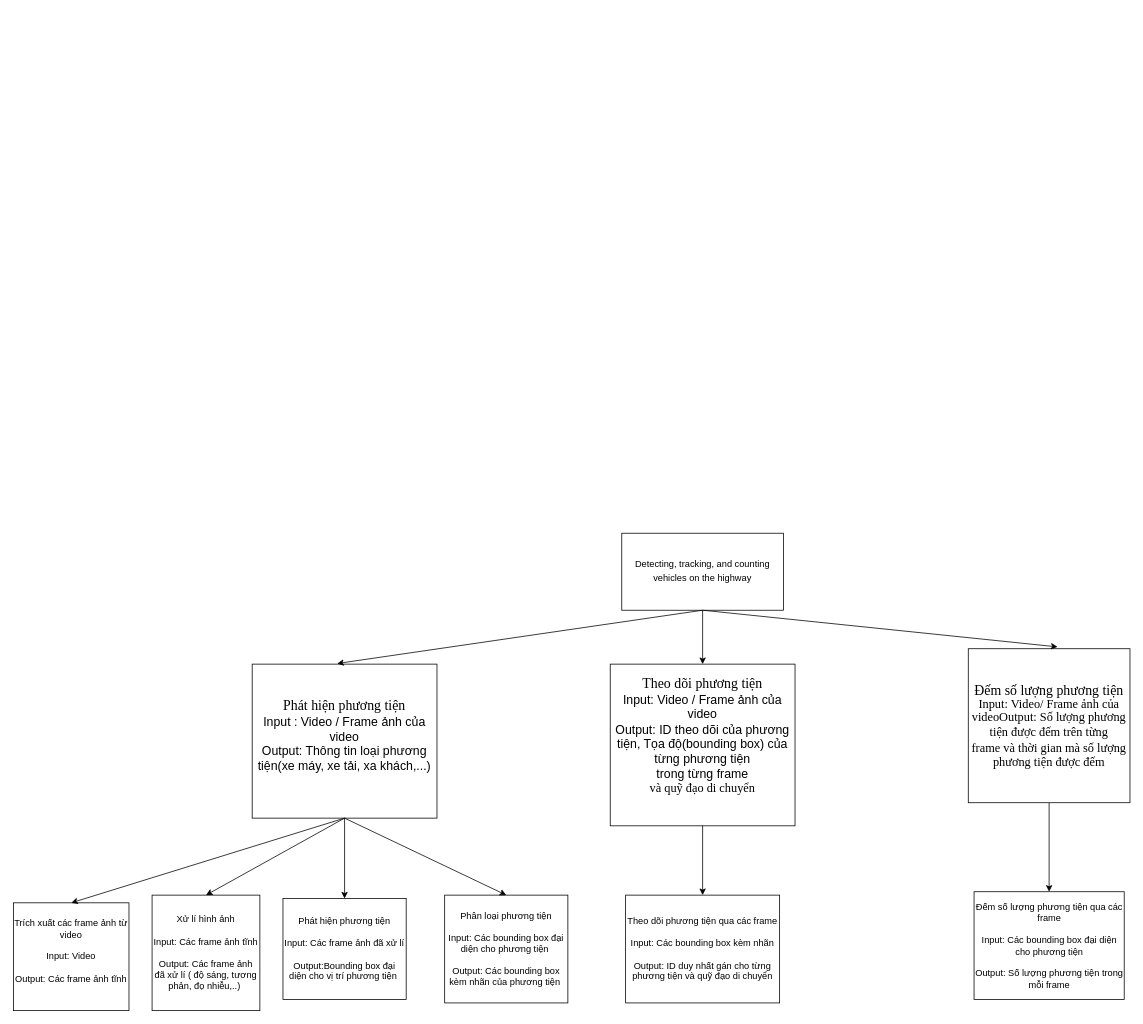
Above: Biểu đồ không có tiêu đề.drawio in Hai-Dao2004/Hai (draw.io), before the change. Source tidied: cells renumbered, new cells numbered last; positions are measured from the earlier drawing's top-left corner, leaving out a move shared by most shapes. Both pictures are drawn from the tidied source at 77%, with x=0, y=0 at pixel (13, 533).
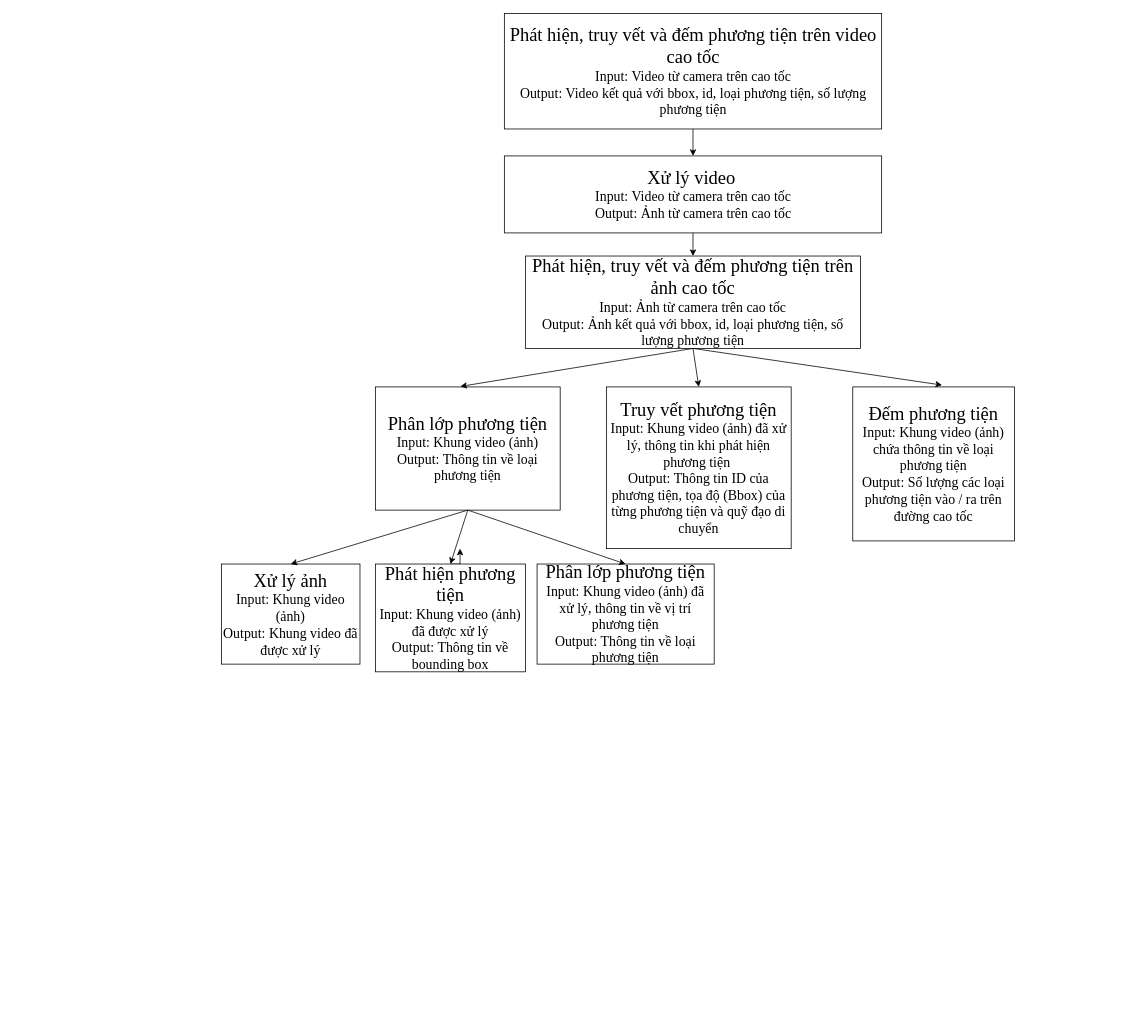
The same diagram, later.

Commit message:
Cập nhật Biểu đồ không có tiêu đề.drawio

Diff of the diagram source:
```diff
@@
-    <mxCell id="2" value="&lt;div&gt;Detecting, tracking, and counting vehicles on the highway&lt;font face=&quot;Times New Roman&quot;&gt;&lt;span style=&quot;font-size: 18px;&quot;&gt;&lt;br&gt;&lt;/span&gt;&lt;/font&gt;&lt;/div&gt;" style="rounded=0;whiteSpace=wrap;html=1;" parent="1" vertex="1">
-      <mxGeometry x="790" width="210" height="100" as="geometry" />
+    <mxCell id="2" value="&lt;div&gt;&lt;font style=&quot;&quot; face=&quot;Times New Roman&quot;&gt;&lt;font style=&quot;font-size: 24px;&quot;&gt;Phát hiện, truy vết và đếm phương tiện trên ảnh cao tốc&lt;/font&gt;&lt;br&gt;&lt;span style=&quot;font-size: 18px;&quot;&gt;Input: Ảnh từ camera trên cao tốc&lt;/span&gt;&lt;br&gt;&lt;span style=&quot;font-size: 18px;&quot;&gt;Output: Ảnh kết quả với bbox, id, loại phương tiện, số lượng phương tiện&lt;/span&gt;&lt;/font&gt;&lt;/div&gt;" style="rounded=0;whiteSpace=wrap;html=1;" parent="1" vertex="1">
+      <mxGeometry x="665" y="-360" width="435" height="120" as="geometry" />
     </mxCell>
-    <mxCell id="3" value="&lt;font face=&quot;Times New Roman&quot; style=&quot;font-size: 18px;&quot;&gt;Theo dõi phương tiện&lt;/font&gt;&lt;div&gt;&lt;font size=&quot;3&quot; face=&quot;RyFkc46oZx27o2wCRMn2&quot;&gt;Input: Video / Frame ảnh của video&lt;br&gt;Output:&amp;nbsp;&lt;span style=&quot;background-color: initial;&quot;&gt;ID theo dõi của phương tiện, Tọa độ(bounding box) của từng phương tiện&lt;br&gt;trong từng frame&lt;/span&gt;&lt;/font&gt;&lt;/div&gt;&lt;div&gt;&lt;span style=&quot;font-family: &amp;quot;Times New Roman&amp;quot;, serif; background-color: initial;&quot;&gt;&lt;font size=&quot;3&quot;&gt;và quỹ đạo di chuyển&lt;/font&gt;&lt;/span&gt;&lt;/div&gt;&lt;div&gt;&lt;span style=&quot;font-family: &amp;quot;Times New Roman&amp;quot;, serif; font-size: 15pt; background-color: initial;&quot;&gt;&lt;br&gt;&lt;/span&gt;&lt;/div&gt;" style="rounded=0;whiteSpace=wrap;html=1;" parent="1" vertex="1">
-      <mxGeometry x="775" y="170" width="240" height="210" as="geometry" />
+    <mxCell id="3" value="&lt;span style=&quot;background-color: initial;&quot;&gt;&lt;font style=&quot;&quot; face=&quot;Times New Roman&quot;&gt;&lt;font style=&quot;font-size: 24px;&quot;&gt;Truy vết phương tiện&lt;/font&gt;&lt;br&gt;&lt;span style=&quot;font-size: 18px;&quot;&gt;Input: Khung video (ảnh) đã xử lý, thông tin khi phát hiện phương tiện&amp;nbsp;&lt;/span&gt;&lt;br&gt;&lt;span style=&quot;font-size: 18px;&quot;&gt;Output: Thông tin ID của phương tiện, tọa độ (Bbox) của từng phương tiện và quỹ đạo di chuyển&lt;/span&gt;&lt;/font&gt;&lt;/span&gt;" style="rounded=0;whiteSpace=wrap;html=1;" parent="1" vertex="1">
+      <mxGeometry x="770" y="-190" width="240" height="210" as="geometry" />
     </mxCell>
-    <mxCell id="4" value="&lt;div&gt;&lt;font face=&quot;Times New Roman&quot; style=&quot;font-size: 18px;&quot;&gt;Phát hiện phương tiện&lt;/font&gt;&lt;/div&gt;&lt;div&gt;&lt;font size=&quot;3&quot; face=&quot;QndYAkQ0IjWjSOeuY6dr&quot;&gt;Input : Video / Frame ảnh của video&lt;br&gt;Output: Thông tin loại phương tiện(xe máy, xe tải, xa khách,...)&lt;/font&gt;&lt;/div&gt;&lt;div&gt;&lt;br&gt;&lt;/div&gt;" style="rounded=0;whiteSpace=wrap;html=1;" parent="1" vertex="1">
-      <mxGeometry x="310" y="170" width="240" height="200" as="geometry" />
+    <mxCell id="4" value="&lt;div&gt;&lt;font face=&quot;Times New Roman&quot;&gt;&lt;font style=&quot;font-size: 24px;&quot;&gt;Phân lớp phương tiện&lt;/font&gt;&lt;br&gt;&lt;span style=&quot;font-size: 18px;&quot;&gt;Input: Khung video (ảnh)&lt;/span&gt;&lt;br&gt;&lt;span style=&quot;font-size: 18px;&quot;&gt;Output: Thông tin về loại phương tiện&lt;/span&gt;&lt;/font&gt;&lt;/div&gt;" style="rounded=0;whiteSpace=wrap;html=1;" parent="1" vertex="1">
+      <mxGeometry x="470" y="-190" width="240" height="160" as="geometry" />
     </mxCell>
-    <mxCell id="5" style="edgeStyle=orthogonalEdgeStyle;rounded=0;jettySize=auto;html=1;exitX=0.5;exitY=1;exitDx=0;exitDy=0;entryX=0.5;entryY=0;entryDx=0;entryDy=0;" parent="1" edge="1" source="6" target="20">
-      <mxGeometry relative="1" as="geometry" />
-    </mxCell>
-    <mxCell id="6" value="&lt;font style=&quot;font-size: 18px;&quot; face=&quot;Times New Roman&quot;&gt;Đếm số lượng phương tiện&lt;/font&gt;&lt;div&gt;&lt;span style=&quot;background-color: initial; line-height: 107%;&quot;&gt;&lt;font size=&quot;3&quot; face=&quot;Times New Roman&quot;&gt;Input: Video/ Frame ảnh của video&lt;/font&gt;&lt;/span&gt;&lt;span style=&quot;background-color: initial; font-family: &amp;quot;Times New Roman&amp;quot;; font-size: medium;&quot;&gt;Output: Số lượng phương tiện được đếm trên từng frame&amp;nbsp;&lt;/span&gt;&lt;span style=&quot;background-color: initial; font-family: &amp;quot;Times New Roman&amp;quot;; font-size: medium;&quot;&gt;và thời gian mà số lượng phương tiện được đếm&lt;/span&gt;&lt;/div&gt;" style="rounded=0;whiteSpace=wrap;html=1;" parent="1" vertex="1">
-      <mxGeometry x="1240" y="150" width="210" height="200" as="geometry" />
+    <mxCell id="6" value="&lt;font face=&quot;Times New Roman&quot;&gt;&lt;font style=&quot;font-size: 24px;&quot;&gt;Đếm phương tiện&lt;/font&gt;&lt;br&gt;&lt;span style=&quot;font-size: 18px;&quot;&gt;Input: Khung video (ảnh) chứa thông tin về loại phương tiện&lt;/span&gt;&lt;br&gt;&lt;span style=&quot;font-size: 18px;&quot;&gt;Output: Số lượng các loại phương tiện vào / ra trên đường cao tốc&lt;/span&gt;&lt;/font&gt;" style="rounded=0;whiteSpace=wrap;html=1;" parent="1" vertex="1">
+      <mxGeometry x="1090" y="-190" width="210" height="200" as="geometry" />
     </mxCell>
@@
-    <mxCell id="10" value="Trích xuất các frame ảnh từ video&lt;div&gt;&lt;br&gt;Input: Video&lt;/div&gt;&lt;div&gt;&lt;br&gt;Output: Các frame ảnh tĩnh&lt;div&gt;&amp;nbsp;&lt;span style=&quot;background-color: initial;&quot;&gt;&amp;nbsp;&lt;/span&gt;&lt;/div&gt;&lt;/div&gt;" style="rounded=0;whiteSpace=wrap;html=1;" parent="1" vertex="1">
-      <mxGeometry y="480" width="150" height="140" as="geometry" />
+    <mxCell id="10" value="&lt;font style=&quot;&quot; face=&quot;Times New Roman&quot;&gt;&lt;font style=&quot;font-size: 24px;&quot;&gt;Xử lý ảnh&lt;br&gt;&lt;/font&gt;&lt;span style=&quot;font-size: 18px;&quot;&gt;Input: Khung video (ảnh)&lt;/span&gt;&lt;br&gt;&lt;span style=&quot;font-size: 18px;&quot;&gt;Output: Khung video đã được xử lý&lt;/span&gt;&lt;/font&gt;" style="rounded=0;whiteSpace=wrap;html=1;" parent="1" vertex="1">
+      <mxGeometry x="270" y="40" width="180" height="130" as="geometry" />
     </mxCell>
+    <mxCell id="21" style="edgeStyle=orthogonalEdgeStyle;rounded=0;jettySize=auto;html=1;exitX=0.5;exitY=0;exitDx=0;exitDy=0;" parent="1" edge="1" source="11">
+      <mxGeometry relative="1" as="geometry">
+        <mxPoint x="580" y="20" as="targetPoint" />
+      </mxGeometry>
+    </mxCell>
-    <mxCell id="11" value="Xử lí hình ảnh&lt;div&gt;&lt;br&gt;Input: Các frame ảnh tĩnh&lt;br&gt;&lt;br&gt;&lt;/div&gt;&lt;div&gt;Output: Các frame ảnh đã xử lí ( độ sáng, tương phản, đọ nhiễu,..)&amp;nbsp;&lt;/div&gt;" style="rounded=0;whiteSpace=wrap;html=1;" parent="1" vertex="1">
-      <mxGeometry x="180" y="470" width="140" height="150" as="geometry" />
+    <mxCell id="11" value="&lt;font style=&quot;&quot; face=&quot;Times New Roman&quot;&gt;&lt;font style=&quot;font-size: 24px;&quot;&gt;Phát hiện phương tiện&lt;br&gt;&lt;/font&gt;&lt;span style=&quot;font-size: 18px;&quot;&gt;Input: Khung video (ảnh) đã được xử lý&lt;/span&gt;&lt;br&gt;&lt;span style=&quot;font-size: 18px;&quot;&gt;Output: Thông tin về bounding box&lt;/span&gt;&lt;/font&gt;" style="rounded=0;whiteSpace=wrap;html=1;" parent="1" vertex="1">
+      <mxGeometry x="470" y="40" width="195" height="140" as="geometry" />
     </mxCell>
-    <mxCell id="12" value="Phát hiện phương tiện&lt;br&gt;&lt;br&gt;&lt;div&gt;Input: Các frame ảnh đã xử lí&lt;br&gt;&lt;br&gt;&lt;/div&gt;&lt;div&gt;Output:Bounding box đại diện cho vị trí phương tiện&amp;nbsp;&lt;/div&gt;" style="rounded=0;whiteSpace=wrap;html=1;" parent="1" vertex="1">
-      <mxGeometry x="350" y="474.4" width="160" height="131.2" as="geometry" />
-    </mxCell>
-    <mxCell id="13" value="Phân loại phương tiện&lt;div&gt;&lt;br&gt;Input: Các bounding box đại diện cho phương tiện&amp;nbsp;&lt;/div&gt;&lt;div&gt;&lt;br&gt;Output: Các bounding box kèm nhãn của phương tiện&amp;nbsp;&lt;/div&gt;" style="rounded=0;whiteSpace=wrap;html=1;" parent="1" vertex="1">
-      <mxGeometry x="560" y="470" width="160" height="140" as="geometry" />
+    <mxCell id="13" value="&lt;font face=&quot;Times New Roman&quot; style=&quot;&quot;&gt;&lt;font style=&quot;font-size: 24px;&quot;&gt;Phân lớp phương tiện&lt;br&gt;&lt;/font&gt;&lt;span style=&quot;font-size: 18px;&quot;&gt;Input: Khung video (ảnh) đã xử lý, thông tin về vị trí phương tiện&lt;/span&gt;&lt;br&gt;&lt;span style=&quot;font-size: 18px;&quot;&gt;Output: Thông tin về loại phương tiện&lt;/span&gt;&lt;/font&gt;" style="rounded=0;whiteSpace=wrap;html=1;" parent="1" vertex="1">
+      <mxGeometry x="680" y="40" width="230" height="130" as="geometry" />
     </mxCell>
-    <mxCell id="14" value="Theo dõi phương tiện qua các frame&lt;br&gt;&lt;br&gt;&lt;div&gt;Input: Các bounding box kèm nhãn&lt;br&gt;&lt;br&gt;&lt;/div&gt;&lt;div&gt;Output: ID duy nhất gán cho từng phương tiện và quỹ đạo di chuyển&lt;/div&gt;" style="rounded=0;whiteSpace=wrap;html=1;" parent="1" vertex="1">
-      <mxGeometry x="795" y="470" width="200" height="140" as="geometry" />
-    </mxCell>
@@
-    <mxCell id="17" style="endArrow=classic;html=1;rounded=0;exitX=0.5;exitY=1;exitDx=0;exitDy=0;entryX=0.5;entryY=0;entryDx=0;entryDy=0;" parent="1" edge="1" source="4" target="12">
-      <mxGeometry relative="1" as="geometry" />
-    </mxCell>
@@
-    <mxCell id="19" style="endArrow=classic;html=1;rounded=0;exitX=0.5;exitY=1;exitDx=0;exitDy=0;entryX=0.5;entryY=0;entryDx=0;entryDy=0;" parent="1" edge="1" source="3" target="14">
-      <mxGeometry relative="1" as="geometry" />
-    </mxCell>
-    <mxCell id="20" value="Đếm số lượng phương tiện qua các frame&lt;div&gt;&lt;br&gt;Input: Các bounding box đại diện cho phương tiện&lt;/div&gt;&lt;div&gt;&lt;br&gt;Output: Số lượng phương tiện trong mỗi frame&lt;/div&gt;" style="rounded=0;whiteSpace=wrap;html=1;" parent="1" vertex="1">
-      <mxGeometry x="1247.5" y="465.6" width="195" height="140" as="geometry" />
-    </mxCell>
+    <mxCell id="22" value="&lt;font style=&quot;&quot; face=&quot;Times New Roman&quot;&gt;&lt;font style=&quot;font-size: 24px;&quot;&gt;Phát hiện, truy vết và đếm phương tiện trên video cao tốc&lt;/font&gt;&lt;br&gt;&lt;span style=&quot;font-size: 18px;&quot;&gt;Input: Video từ camera trên cao tốc&lt;/span&gt;&lt;br&gt;&lt;span style=&quot;font-size: 18px;&quot;&gt;Output: Video kết quả với bbox, id, loại phương tiện, số lượng phương tiện&lt;/span&gt;&lt;/font&gt;" style="rounded=0;whiteSpace=wrap;html=1;" parent="1" vertex="1">
+      <mxGeometry x="637.5" y="-675" width="490" height="150" as="geometry" />
+    </mxCell>
+    <mxCell id="23" value="&lt;font style=&quot;font-size: 24px;&quot; face=&quot;Times New Roman&quot;&gt;Xử lý video&lt;/font&gt;&lt;font style=&quot;font-size: 18px;&quot; face=&quot;Times New Roman&quot;&gt;&amp;nbsp;&lt;br&gt;Input: Video từ camera trên cao tốc&lt;br&gt;Output: Ảnh từ camera trên cao tốc&lt;/font&gt;" style="rounded=0;whiteSpace=wrap;html=1;" parent="1" vertex="1">
+      <mxGeometry x="637.5" y="-490" width="490" height="100" as="geometry" />
+    </mxCell>
+    <mxCell id="24" style="endArrow=classic;html=1;rounded=0;exitX=0.5;exitY=1;exitDx=0;exitDy=0;entryX=0.5;entryY=0;entryDx=0;entryDy=0;" parent="1" edge="1" source="22" target="23">
+      <mxGeometry relative="1" as="geometry" />
+    </mxCell>
+    <mxCell id="25" style="endArrow=classic;html=1;rounded=0;exitX=0.5;exitY=1;exitDx=0;exitDy=0;entryX=0.5;entryY=0;entryDx=0;entryDy=0;" parent="1" edge="1" source="23" target="2">
+      <mxGeometry relative="1" as="geometry" />
+    </mxCell>
```
